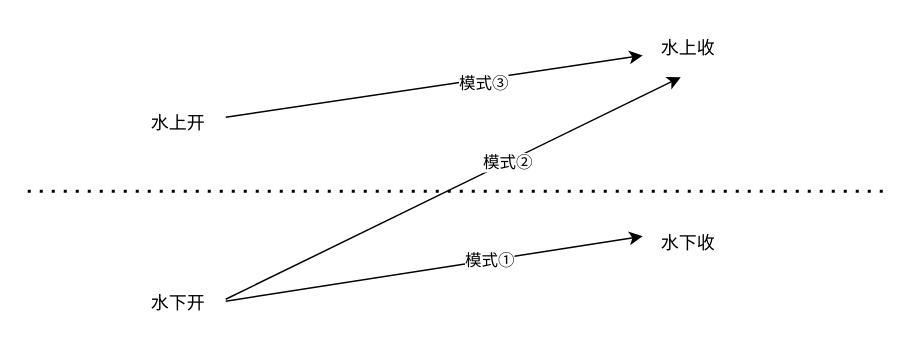
Before: 弱转强.drawio in headtrain/yx_diagrams, a draw.io diagram. Source tidied: cells renumbered, new cells numbered last; positions are measured from the earlier drawing's top-left corner, leaving out a move shared by most shapes. Both pictures are drawn from the tidied source at 150%, with x=0, y=0 at pixel (27, 26).
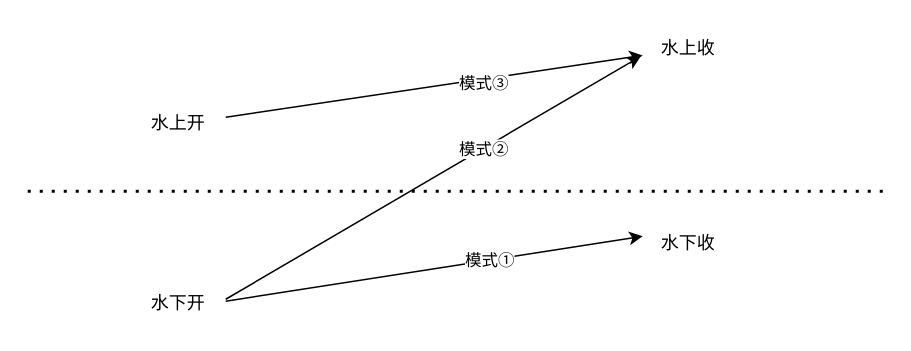
The same diagram, later.

Commit message (it also covers changes not shown here):
更新弱转强.drawio

Change to the diagram source:
```diff
@@
 <mxGraphModel>
   <root>
     <mxCell id="0" />
     <mxCell id="1" parent="0" />
     <mxCell id="2" style="endArrow=none;dashed=1;html=1;dashPattern=1 3;strokeWidth=2;rounded=0;" parent="1" edge="1">
       <mxGeometry relative="1" as="geometry">
         <mxPoint y="110" as="sourcePoint" />
         <mxPoint x="570" y="110" as="targetPoint" />
       </mxGeometry>
     </mxCell>
     <mxCell id="3" value="水上开" style="text;html=1;align=center;verticalAlign=middle;points=[];strokeColor=none;fillColor=none;" parent="1" vertex="1">
       <mxGeometry x="70" y="50" width="60" height="30" as="geometry" />
     </mxCell>
     <mxCell id="4" value="水下收" style="text;html=1;align=center;verticalAlign=middle;points=[];strokeColor=none;fillColor=none;" parent="1" vertex="1">
       <mxGeometry x="410" y="130" width="60" height="30" as="geometry" />
     </mxCell>
     <mxCell id="5" value="水上收" style="text;html=1;align=center;verticalAlign=middle;points=[];strokeColor=none;fillColor=none;" parent="1" vertex="1">
       <mxGeometry x="410" width="60" height="30" as="geometry" />
     </mxCell>
     <mxCell id="6" value="水下开" style="text;html=1;align=center;verticalAlign=middle;points=[];strokeColor=none;fillColor=none;" parent="1" vertex="1">
       <mxGeometry x="70" y="170" width="60" height="30" as="geometry" />
     </mxCell>
     <mxCell id="7" style="endArrow=classic;html=1;rounded=0;exitX=1.033;exitY=0.356;exitDx=0;exitDy=0;exitPerimeter=0;" parent="1" edge="1" source="3" target="5">
       <mxGeometry relative="1" as="geometry" />
     </mxCell>
     <mxCell id="8" value="模式③" style="edgeLabel;html=1;align=center;verticalAlign=middle;" parent="7" vertex="1">
       <mxGeometry x="0.23" y="-2" relative="1" as="geometry" />
     </mxCell>
-    <mxCell id="9" style="endArrow=classic;html=1;rounded=0;exitX=1.033;exitY=0.4;exitDx=0;exitDy=0;exitPerimeter=0;entryX=0.422;entryY=1.133;entryDx=0;entryDy=0;entryPerimeter=0;" parent="1" edge="1" source="6" target="5">
+    <mxCell id="9" style="endArrow=classic;html=1;rounded=0;exitX=1.033;exitY=0.4;exitDx=0;exitDy=0;exitPerimeter=0;entryX=-0.022;entryY=0.667;entryDx=0;entryDy=0;entryPerimeter=0;" parent="1" edge="1" source="6" target="5">
       <mxGeometry relative="1" as="geometry" />
     </mxCell>
     <mxCell id="10" value="模式②" style="edgeLabel;html=1;align=center;verticalAlign=middle;" parent="9" vertex="1">
       <mxGeometry x="0.24" relative="1" as="geometry" />
     </mxCell>
     <mxCell id="11" style="endArrow=classic;html=1;rounded=0;exitX=1.033;exitY=0.444;exitDx=0;exitDy=0;exitPerimeter=0;entryX=0;entryY=0.333;entryDx=0;entryDy=0;entryPerimeter=0;" parent="1" edge="1" source="6" target="4">
       <mxGeometry relative="1" as="geometry" />
     </mxCell>
     <mxCell id="12" value="模式①" style="edgeLabel;html=1;align=center;verticalAlign=middle;" parent="11" vertex="1">
       <mxGeometry x="0.27" relative="1" as="geometry">
         <mxPoint x="-1" as="offset" />
       </mxGeometry>
     </mxCell>
   </root>
 </mxGraphModel>
```
